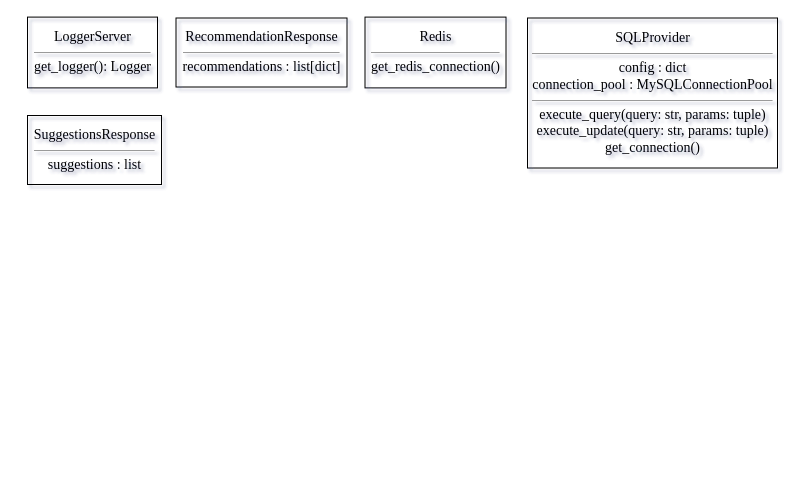
The draw.io diagram Diagrams/class/Sơ đồ Class tổng quan hệ thống quản lý API.drawio in VennDev/EC-Recommend-System-Old, before the edit. Source tidied: cells renumbered, new cells numbered last; positions are measured from the earlier drawing's top-left corner, leaving out a move shared by most shapes. Both pictures are drawn from the tidied source at 100%, with x=0, y=0 at pixel (27, 17).
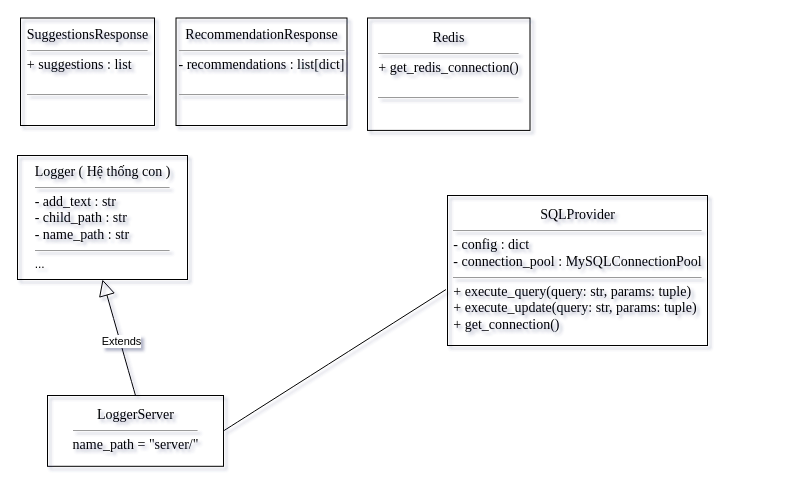
The same diagram, later.

What changed in the source:
```diff
@@
 <mxGraphModel shadow="1">
   <root>
     <mxCell id="0" />
     <mxCell id="1" parent="0" />
-    <mxCell id="2" value="&lt;font style='font-size: 14.0px;' face='Times New Roman,serif' color='#000000'&gt;LoggerServer&lt;/font&gt;&lt;hr size='1'/&gt;&lt;div&gt;&lt;font style='font-size: 14.0px;' face='Times New Roman,serif' color='#000000'&gt;get_logger(): Logger&lt;/font&gt;&lt;/div&gt;" style="verticalAlign=middle;html=1;rounded=0;labelBackgroundColor=none;strokeColor=black;fillColor=none;strokeWidth=1;dashed=0;" parent="1" vertex="1">
-      <mxGeometry y="-0.4" width="130" height="70.8" as="geometry" />
-    </mxCell>
-    <mxCell id="3" value="&lt;font style='font-size: 14.0px;' face='Times New Roman,serif' color='#000000'&gt;RecommendationResponse&lt;/font&gt;&lt;hr size='1'/&gt;&lt;div&gt;&lt;font style='font-size: 14.0px;' face='Times New Roman,serif' color='#000000'&gt;recommendations : list[dict]&lt;/font&gt;&lt;/div&gt;" style="verticalAlign=middle;html=1;rounded=0;labelBackgroundColor=none;strokeColor=black;fillColor=none;strokeWidth=1;dashed=0;" parent="1" vertex="1">
-      <mxGeometry x="148.5" y="0.5" width="171" height="69" as="geometry" />
+    <mxCell id="3" value="&lt;font style=&quot;font-size: 14.0px;&quot; face=&quot;Times New Roman,serif&quot; color=&quot;#000000&quot;&gt;RecommendationResponse&lt;/font&gt;&lt;hr size=&quot;1&quot;&gt;&lt;div style=&quot;text-align: left;&quot;&gt;&lt;font style=&quot;font-size: 14.0px;&quot; face=&quot;Times New Roman,serif&quot; color=&quot;#000000&quot;&gt;- recommendations : list[dict]&lt;/font&gt;&lt;/div&gt;&lt;br&gt;&lt;hr style=&quot;border-color: var(--border-color);&quot; size=&quot;1&quot;&gt;&lt;div style=&quot;border-color: var(--border-color);&quot;&gt;&lt;br&gt;&lt;/div&gt;" style="verticalAlign=middle;html=1;rounded=0;labelBackgroundColor=none;strokeColor=black;fillColor=none;strokeWidth=1;dashed=0;" parent="1" vertex="1">
+      <mxGeometry x="148.5" y="0.5" width="171" height="107.5" as="geometry" />
     </mxCell>
-    <mxCell id="4" value="&lt;font style='font-size: 14.0px;' face='Times New Roman,serif' color='#000000'&gt;Redis&lt;/font&gt;&lt;hr size='1'/&gt;&lt;div&gt;&lt;font style='font-size: 14.0px;' face='Times New Roman,serif' color='#000000'&gt;get_redis_connection()&lt;/font&gt;&lt;/div&gt;" style="verticalAlign=middle;html=1;rounded=0;labelBackgroundColor=none;strokeColor=black;fillColor=none;strokeWidth=1;dashed=0;" parent="1" vertex="1">
-      <mxGeometry x="337.5" y="-0.4" width="141" height="70.8" as="geometry" />
+    <mxCell id="4" value="&lt;font style=&quot;font-size: 14.0px;&quot; face=&quot;Times New Roman,serif&quot; color=&quot;#000000&quot;&gt;Redis&lt;/font&gt;&lt;hr size=&quot;1&quot;&gt;&lt;div style=&quot;text-align: left;&quot;&gt;&lt;font style=&quot;font-size: 14.0px;&quot; face=&quot;Times New Roman,serif&quot; color=&quot;#000000&quot;&gt;+ get_redis_connection()&lt;/font&gt;&lt;/div&gt;&lt;br&gt;&lt;hr style=&quot;border-color: var(--border-color);&quot; size=&quot;1&quot;&gt;&lt;div style=&quot;border-color: var(--border-color);&quot;&gt;&lt;br&gt;&lt;/div&gt;" style="verticalAlign=middle;html=1;rounded=0;labelBackgroundColor=none;strokeColor=black;fillColor=none;strokeWidth=1;dashed=0;" parent="1" vertex="1">
+      <mxGeometry x="340" y="0.5" width="162.5" height="112.4" as="geometry" />
     </mxCell>
-    <mxCell id="5" value="&lt;font style='font-size: 14.0px;' face='Times New Roman,serif' color='#000000'&gt;SQLProvider&lt;/font&gt;&lt;hr size='1'/&gt;&lt;div&gt;&lt;font style='font-size: 14.0px;' face='Times New Roman,serif' color='#000000'&gt;config : dict&lt;br/&gt;connection_pool : MySQLConnectionPool&lt;/font&gt;&lt;/div&gt;&lt;hr size='1'/&gt;&lt;div&gt;&lt;font style='font-size: 14.0px;' face='Times New Roman,serif' color='#000000'&gt;execute_query(query: str, params: tuple)&lt;br/&gt;execute_update(query: str, params: tuple)&lt;br/&gt;get_connection()&lt;/font&gt;&lt;/div&gt;" style="verticalAlign=middle;html=1;rounded=0;labelBackgroundColor=none;strokeColor=black;fillColor=none;strokeWidth=1;dashed=0;" parent="1" vertex="1">
-      <mxGeometry x="500" y="0.5" width="250" height="150" as="geometry" />
+    <mxCell id="5" value="&lt;font style=&quot;font-size: 14.0px;&quot; face=&quot;Times New Roman,serif&quot; color=&quot;#000000&quot;&gt;SQLProvider&lt;/font&gt;&lt;hr size=&quot;1&quot;&gt;&lt;div&gt;&lt;div style=&quot;text-align: left;&quot;&gt;&lt;span style=&quot;font-size: 14px; font-family: &amp;quot;Times New Roman&amp;quot;, serif; background-color: initial;&quot;&gt;- config : dict&lt;/span&gt;&lt;/div&gt;&lt;font style=&quot;font-size: 14.0px;&quot; face=&quot;Times New Roman,serif&quot; color=&quot;#000000&quot;&gt;&lt;div style=&quot;text-align: left;&quot;&gt;&lt;span style=&quot;background-color: initial;&quot;&gt;- connection_pool : MySQLConnectionPool&lt;/span&gt;&lt;/div&gt;&lt;/font&gt;&lt;/div&gt;&lt;hr size=&quot;1&quot;&gt;&lt;div&gt;&lt;div style=&quot;text-align: left;&quot;&gt;&lt;span style=&quot;font-size: 14px; font-family: &amp;quot;Times New Roman&amp;quot;, serif; background-color: initial;&quot;&gt;+ execute_query(query: str, params: tuple)&lt;/span&gt;&lt;/div&gt;&lt;font style=&quot;font-size: 14.0px;&quot; face=&quot;Times New Roman,serif&quot; color=&quot;#000000&quot;&gt;&lt;div style=&quot;text-align: left;&quot;&gt;&lt;span style=&quot;background-color: initial;&quot;&gt;+ execute_update(query: str, params: tuple)&lt;/span&gt;&lt;/div&gt;&lt;div style=&quot;text-align: left;&quot;&gt;&lt;span style=&quot;background-color: initial;&quot;&gt;+ get_connection()&lt;/span&gt;&lt;/div&gt;&lt;/font&gt;&lt;/div&gt;" style="verticalAlign=middle;html=1;rounded=0;labelBackgroundColor=none;strokeColor=black;fillColor=none;strokeWidth=1;dashed=0;" parent="1" vertex="1">
+      <mxGeometry x="420" y="178" width="260" height="150" as="geometry" />
     </mxCell>
-    <mxCell id="6" value="&lt;font style='font-size: 14.0px;' face='Times New Roman,serif' color='#000000'&gt;SuggestionsResponse&lt;/font&gt;&lt;hr size='1'/&gt;&lt;div&gt;&lt;font style='font-size: 14.0px;' face='Times New Roman,serif' color='#000000'&gt;suggestions : list&lt;/font&gt;&lt;/div&gt;" style="verticalAlign=middle;html=1;rounded=0;labelBackgroundColor=none;strokeColor=black;fillColor=none;strokeWidth=1;dashed=0;" parent="1" vertex="1">
-      <mxGeometry y="98" width="134" height="69" as="geometry" />
+    <mxCell id="6" value="&lt;font style=&quot;font-size: 14.0px;&quot; face=&quot;Times New Roman,serif&quot; color=&quot;#000000&quot;&gt;SuggestionsResponse&lt;/font&gt;&lt;hr size=&quot;1&quot;&gt;&lt;div style=&quot;text-align: left;&quot;&gt;&lt;font style=&quot;font-size: 14.0px;&quot; face=&quot;Times New Roman,serif&quot; color=&quot;#000000&quot;&gt;+ suggestions : list&lt;/font&gt;&lt;/div&gt;&lt;br&gt;&lt;hr style=&quot;border-color: var(--border-color);&quot; size=&quot;1&quot;&gt;&lt;div style=&quot;border-color: var(--border-color);&quot;&gt;&lt;br&gt;&lt;/div&gt;" style="verticalAlign=middle;html=1;rounded=0;labelBackgroundColor=none;strokeColor=black;fillColor=none;strokeWidth=1;dashed=0;" parent="1" vertex="1">
+      <mxGeometry x="-7" y="0.5" width="134" height="107.5" as="geometry" />
     </mxCell>
+    <mxCell id="7" style="edgeStyle=none;curved=1;rounded=0;jettySize=auto;html=1;exitX=0.5;exitY=0;exitDx=0;exitDy=0;entryX=0.5;entryY=1;entryDx=0;entryDy=0;fontFamily=Architects Daughter;fontSize=16;startSize=14;endArrow=block;endSize=14;sourcePerimeterSpacing=8;targetPerimeterSpacing=8;endFill=0;" parent="1" edge="1" source="10" target="11">
+      <mxGeometry relative="1" as="geometry" />
+    </mxCell>
+    <mxCell id="8" value="&lt;font face=&quot;Helvetica&quot;&gt;Extends&lt;/font&gt;" style="edgeLabel;html=1;align=center;verticalAlign=middle;fontSize=11;fontFamily=Architects Daughter;" parent="7" vertex="1">
+      <mxGeometry x="-0.07" y="-1" relative="1" as="geometry" />
+    </mxCell>
+    <mxCell id="9" style="edgeStyle=none;curved=1;rounded=0;jettySize=auto;html=1;exitX=1;exitY=0.5;exitDx=0;exitDy=0;entryX=-0.006;entryY=0.627;entryDx=0;entryDy=0;entryPerimeter=0;endArrow=none;startSize=14;endSize=14;sourcePerimeterSpacing=8;targetPerimeterSpacing=8;endFill=0;" parent="1" edge="1" source="10" target="5">
+      <mxGeometry relative="1" as="geometry" />
+    </mxCell>
+    <mxCell id="10" value="&lt;font style=&quot;font-size: 14.0px;&quot; face=&quot;Times New Roman,serif&quot; color=&quot;#000000&quot;&gt;LoggerServer&lt;/font&gt;&lt;hr size=&quot;1&quot;&gt;&lt;div&gt;&lt;font style=&quot;font-size: 14.0px;&quot; face=&quot;Times New Roman,serif&quot; color=&quot;#000000&quot;&gt;name_path = &quot;server/&quot;&lt;/font&gt;&lt;/div&gt;" style="verticalAlign=middle;html=1;rounded=0;labelBackgroundColor=none;strokeColor=black;fillColor=none;strokeWidth=1;dashed=0;" parent="1" vertex="1">
+      <mxGeometry x="20" y="378" width="176" height="70.8" as="geometry" />
+    </mxCell>
+    <mxCell id="11" value="&lt;font style=&quot;border-color: var(--border-color); font-size: 14px;&quot; face=&quot;Times New Roman,serif&quot; color=&quot;#000000&quot;&gt;Logger ( Hệ thống con )&lt;/font&gt;&lt;hr style=&quot;border-color: var(--border-color);&quot; size=&quot;1&quot;&gt;&lt;div style=&quot;border-color: var(--border-color);&quot;&gt;&lt;div style=&quot;border-color: var(--border-color); text-align: left;&quot;&gt;&lt;span style=&quot;border-color: var(--border-color); font-size: 14px; font-family: &amp;quot;Times New Roman&amp;quot;, serif; background-color: initial;&quot;&gt;- add_text : str&lt;/span&gt;&lt;/div&gt;&lt;font style=&quot;border-color: var(--border-color); font-size: 14px;&quot; face=&quot;Times New Roman,serif&quot; color=&quot;#000000&quot;&gt;&lt;div style=&quot;border-color: var(--border-color); text-align: left;&quot;&gt;&lt;span style=&quot;border-color: var(--border-color); background-color: initial;&quot;&gt;- child_path : str&lt;/span&gt;&lt;/div&gt;&lt;div style=&quot;border-color: var(--border-color); text-align: left;&quot;&gt;&lt;span style=&quot;border-color: var(--border-color); background-color: initial;&quot;&gt;- name_path : str&lt;/span&gt;&lt;/div&gt;&lt;/font&gt;&lt;/div&gt;&lt;hr style=&quot;border-color: var(--border-color);&quot; size=&quot;1&quot;&gt;&lt;div style=&quot;border-color: var(--border-color);&quot;&gt;&lt;div style=&quot;border-color: var(--border-color); text-align: left;&quot;&gt;...&lt;/div&gt;&lt;/div&gt;" style="verticalAlign=middle;html=1;rounded=0;labelBackgroundColor=none;strokeColor=black;fillColor=none;strokeWidth=1;dashed=0;" parent="1" vertex="1">
+      <mxGeometry x="-10" y="138" width="170" height="124" as="geometry" />
+    </mxCell>
   </root>
 </mxGraphModel>
```
